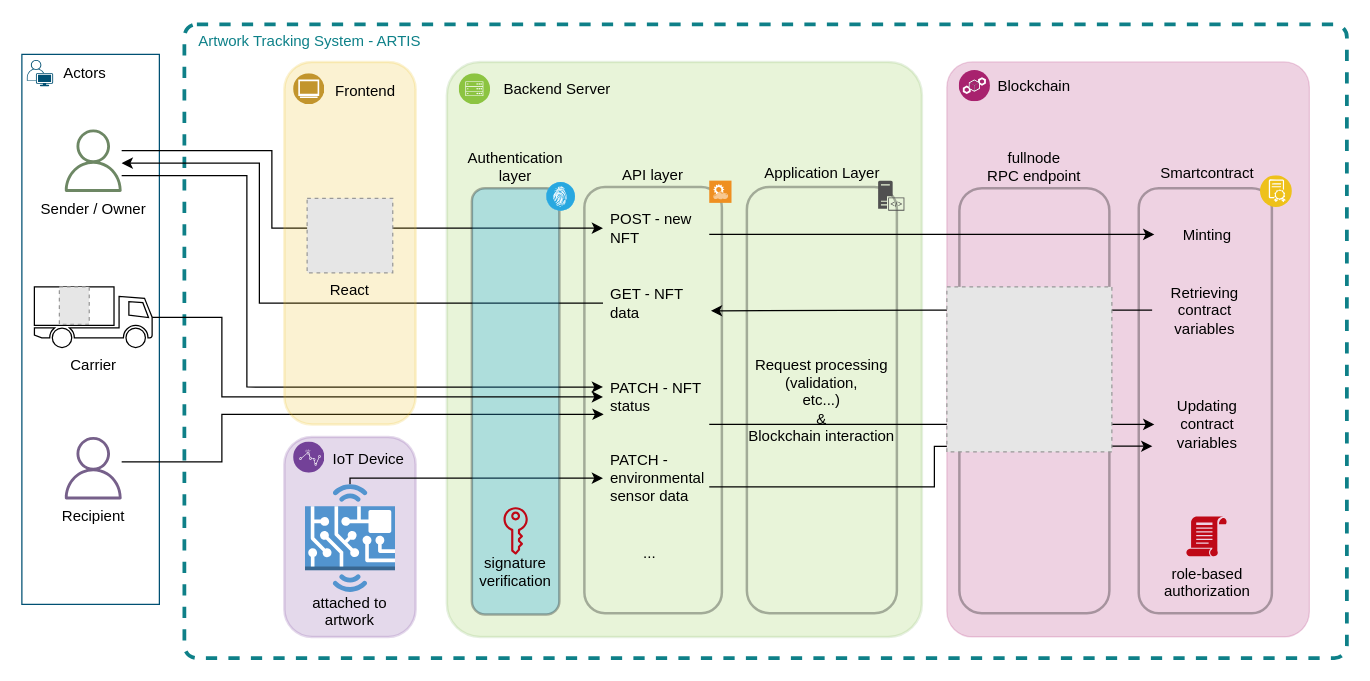
Before: diagrams/architecture.drawio in artis-project/artis-thesis, a draw.io diagram. Source tidied: cells renumbered, new cells numbered last; positions are measured from the earlier drawing's top-left corner, leaving out a move shared by most shapes. Both pictures are drawn from the tidied source at 125%, with x=0, y=0 at pixel (21, 21). Pictures stored in the file or linked from it are replaced by grey dashed boxes.
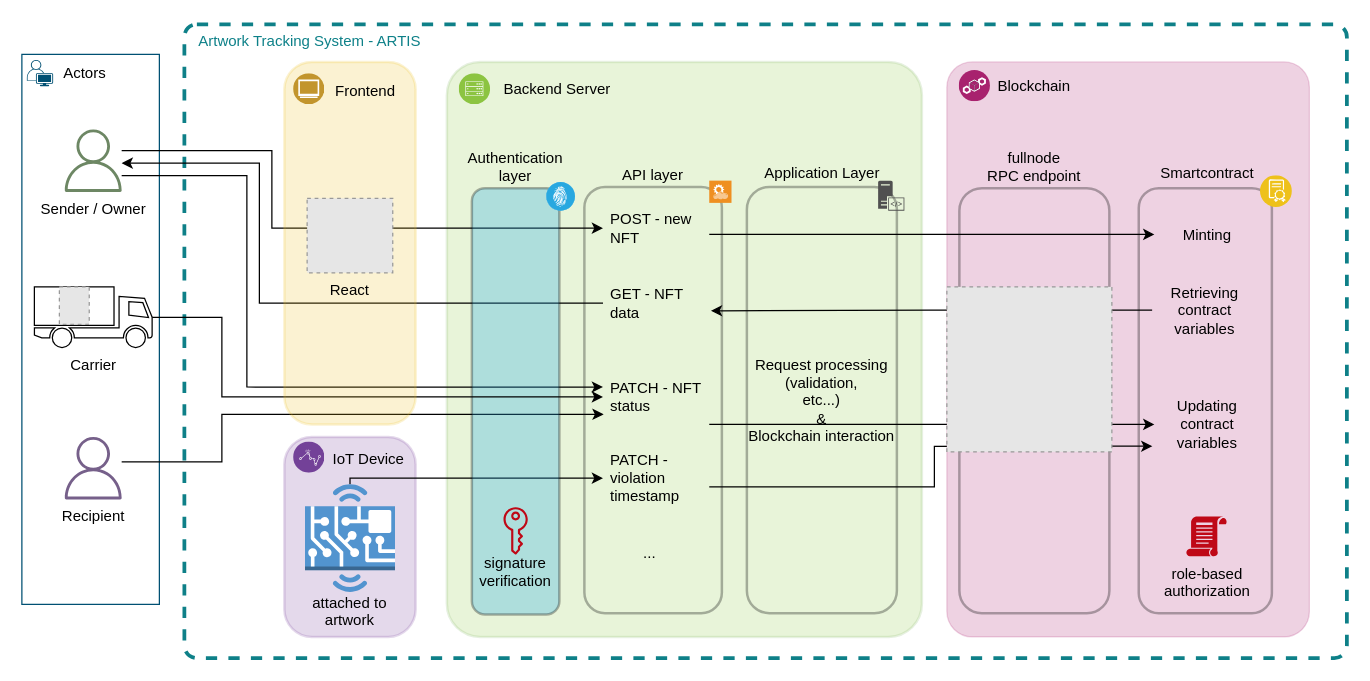
The same page after the edit.

Change to the diagram source:
```diff
@@
-    <mxCell id="12" value="PATCH - environmental sensor data" style="text;strokeColor=none;fillColor=none;align=left;verticalAlign=middle;spacingLeft=4;spacingRight=4;overflow=hidden;points=[[0,0.5],[1,0.5]];portConstraint=eastwest;whiteSpace=wrap;html=1;" parent="1" vertex="1">
+    <mxCell id="12" value="PATCH - violation timestamp" style="text;strokeColor=none;fillColor=none;align=left;verticalAlign=middle;spacingLeft=4;spacingRight=4;overflow=hidden;points=[[0,0.5],[1,0.5]];portConstraint=eastwest;whiteSpace=wrap;html=1;" parent="1" vertex="1">
       <mxGeometry x="464.9" y="335" width="85" height="60" as="geometry" />
     </mxCell>
```
